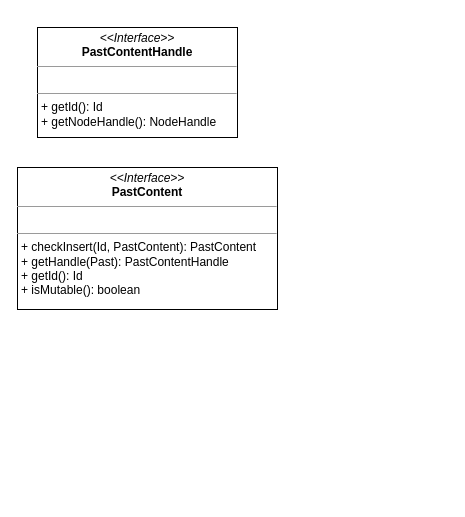
Above: PastryPast.drawio in OneOverThree/PastryTest (draw.io), before the change. Source tidied: cells renumbered, new cells numbered last; positions are measured from the earlier drawing's top-left corner, leaving out a move shared by most shapes. Both pictures are drawn from the tidied source at 100%, with x=0, y=0 at pixel (17, 27).
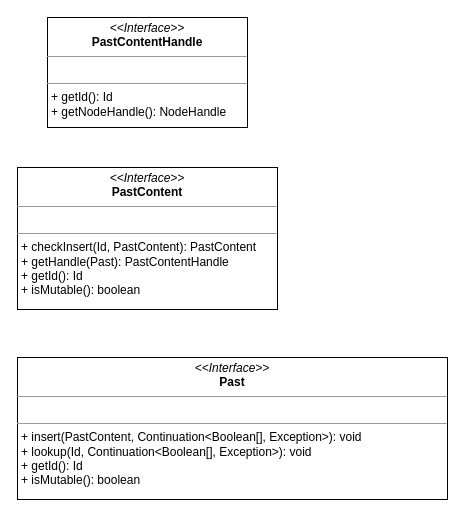
The same diagram, later.

What changed in the source:
```diff
@@
 <mxGraphModel>
   <root>
     <mxCell id="0" />
     <mxCell id="1" parent="0" />
     <mxCell id="2" value="&lt;p style=&quot;margin:0px;margin-top:4px;text-align:center;&quot;&gt;&lt;i&gt;&amp;lt;&amp;lt;Interface&amp;gt;&amp;gt;&lt;/i&gt;&lt;br&gt;&lt;b&gt;PastContent&lt;/b&gt;&lt;/p&gt;&lt;hr size=&quot;1&quot;&gt;&lt;p style=&quot;margin:0px;margin-left:4px;&quot;&gt;&lt;br&gt;&lt;/p&gt;&lt;hr size=&quot;1&quot;&gt;&lt;p style=&quot;margin:0px;margin-left:4px;&quot;&gt;+ checkInsert(Id, PastContent): PastContent&lt;/p&gt;&lt;p style=&quot;margin:0px;margin-left:4px;&quot;&gt;+ getHandle(Past): PastContentHandle&lt;br&gt;&lt;/p&gt;&lt;p style=&quot;margin:0px;margin-left:4px;&quot;&gt;+ getId(): Id&lt;/p&gt;&lt;p style=&quot;margin:0px;margin-left:4px;&quot;&gt;+ isMutable(): boolean&lt;/p&gt;" style="verticalAlign=top;align=left;overflow=fill;fontSize=12;fontFamily=Helvetica;html=1;rounded=0;shadow=0;comic=0;labelBackgroundColor=none;strokeWidth=1;" parent="1" vertex="1">
       <mxGeometry y="140" width="260" height="142" as="geometry" />
     </mxCell>
     <mxCell id="3" value="&lt;p style=&quot;margin:0px;margin-top:4px;text-align:center;&quot;&gt;&lt;i&gt;&amp;lt;&amp;lt;Interface&amp;gt;&amp;gt;&lt;/i&gt;&lt;br&gt;&lt;b&gt;PastContentHandle&lt;/b&gt;&lt;/p&gt;&lt;hr size=&quot;1&quot;&gt;&lt;p style=&quot;margin:0px;margin-left:4px;&quot;&gt;&lt;br&gt;&lt;/p&gt;&lt;hr size=&quot;1&quot;&gt;&lt;p style=&quot;margin:0px;margin-left:4px;&quot;&gt;&lt;span style=&quot;background-color: initial;&quot;&gt;+ getId(): Id&lt;/span&gt;&lt;br&gt;&lt;/p&gt;&lt;p style=&quot;margin:0px;margin-left:4px;&quot;&gt;+ getNodeHandle(): NodeHandle&lt;/p&gt;" style="verticalAlign=top;align=left;overflow=fill;fontSize=12;fontFamily=Helvetica;html=1;rounded=0;shadow=0;comic=0;labelBackgroundColor=none;strokeWidth=1;" parent="1" vertex="1">
-      <mxGeometry x="20" width="200" height="110" as="geometry" />
+      <mxGeometry x="30" y="-10" width="200" height="110" as="geometry" />
     </mxCell>
+    <mxCell id="4" value="&lt;p style=&quot;margin:0px;margin-top:4px;text-align:center;&quot;&gt;&lt;i&gt;&amp;lt;&amp;lt;Interface&amp;gt;&amp;gt;&lt;/i&gt;&lt;br&gt;&lt;b&gt;Past&lt;/b&gt;&lt;/p&gt;&lt;hr size=&quot;1&quot;&gt;&lt;p style=&quot;margin:0px;margin-left:4px;&quot;&gt;&lt;br&gt;&lt;/p&gt;&lt;hr size=&quot;1&quot;&gt;&lt;p style=&quot;margin:0px;margin-left:4px;&quot;&gt;+ insert(PastContent, Continuation&amp;lt;Boolean[], Exception&amp;gt;): void&lt;/p&gt;&lt;p style=&quot;margin:0px;margin-left:4px;&quot;&gt;+ lookup(Id, Continuation&amp;lt;Boolean[], Exception&amp;gt;): void&lt;/p&gt;&lt;p style=&quot;margin:0px;margin-left:4px;&quot;&gt;+ getId(): Id&lt;/p&gt;&lt;p style=&quot;margin:0px;margin-left:4px;&quot;&gt;+ isMutable(): boolean&lt;/p&gt;" style="verticalAlign=top;align=left;overflow=fill;fontSize=12;fontFamily=Helvetica;html=1;rounded=0;shadow=0;comic=0;labelBackgroundColor=none;strokeWidth=1;" parent="1" vertex="1">
+      <mxGeometry y="330" width="430" height="142" as="geometry" />
+    </mxCell>
   </root>
 </mxGraphModel>
```
